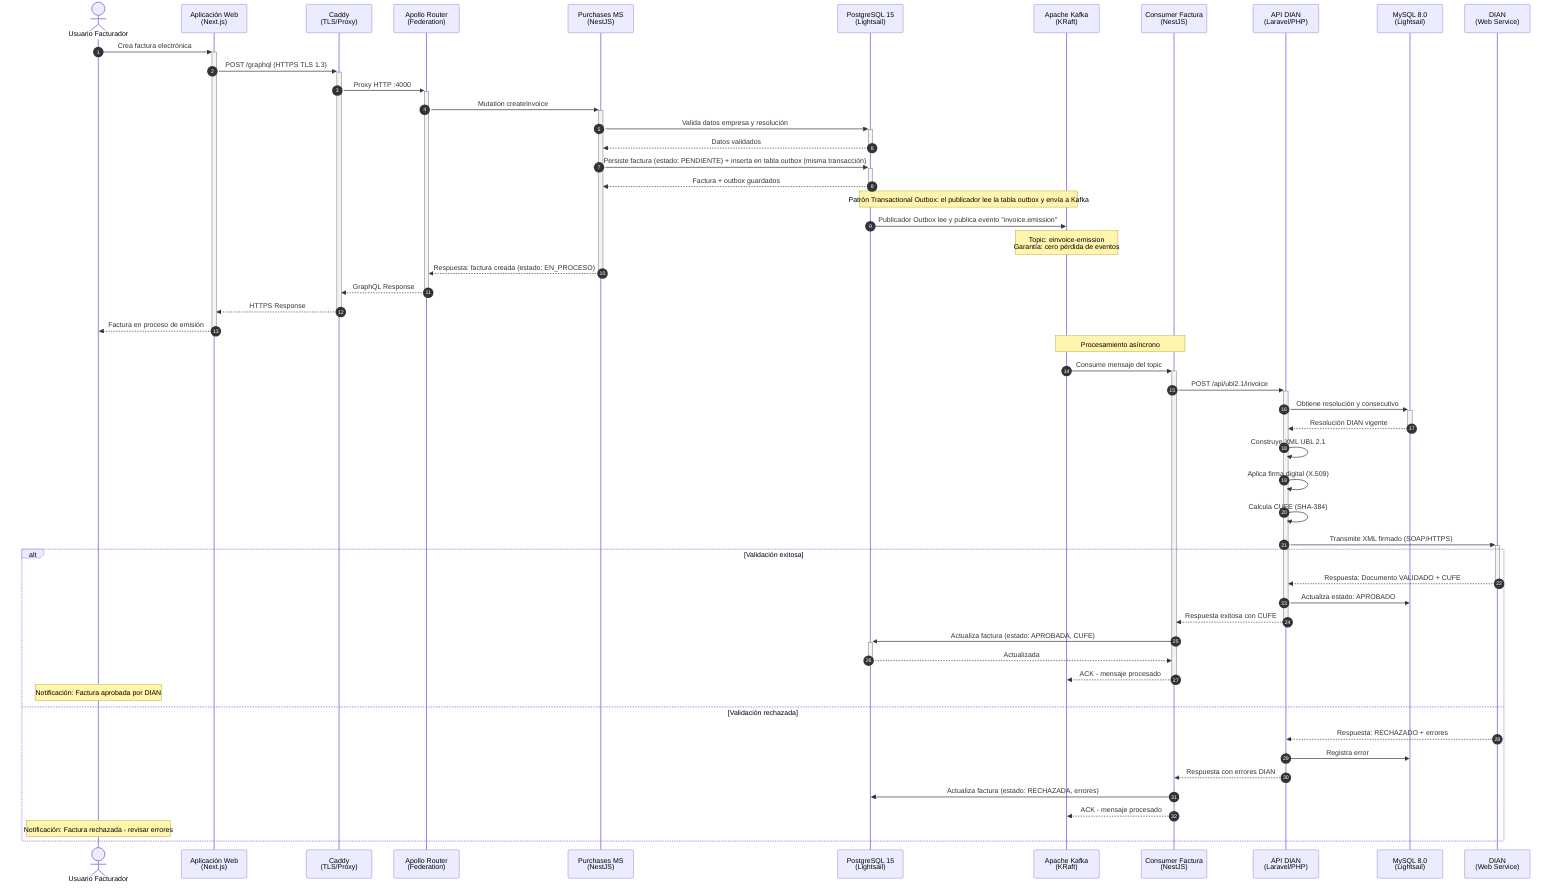
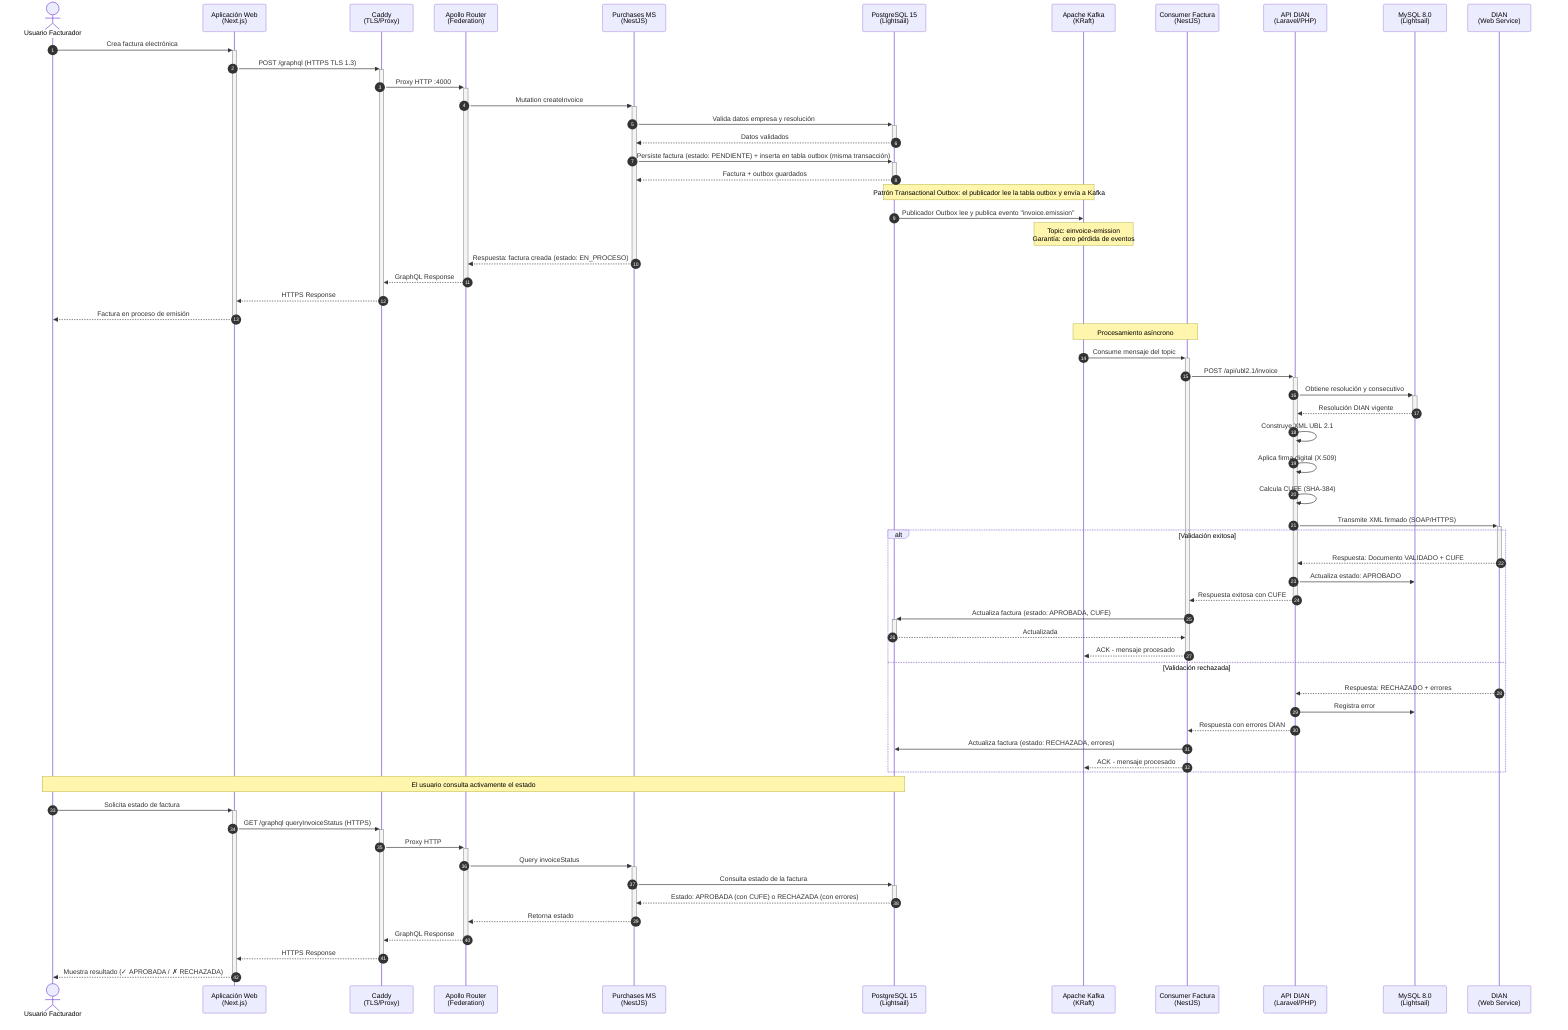
%% Flujo de Emisión de Factura Electrónica
sequenceDiagram
    autonumber
    actor Usuario as Usuario Facturador
    participant App as Aplicación Web<br/>(Next.js)
    participant Caddy as Caddy<br/>(TLS/Proxy)
    participant Router as Apollo Router<br/>(Federation)
    participant Purchases as Purchases MS<br/>(NestJS)
    participant DB as PostgreSQL 15<br/>(Lightsail)
    participant Kafka as Apache Kafka<br/>(KRaft)
    participant Consumer as Consumer Factura<br/>(NestJS)
    participant DIAN_API as API DIAN<br/>(Laravel/PHP)
    participant MySQL as MySQL 8.0<br/>(Lightsail)
    participant DIAN as DIAN<br/>(Web Service)

    Usuario->>+App: Crea factura electrónica
    App->>+Caddy: POST /graphql (HTTPS TLS 1.3)
    Caddy->>+Router: Proxy HTTP :4000
    Router->>+Purchases: Mutation createInvoice

    Purchases->>+DB: Valida datos empresa y resolución
    DB-->>-Purchases: Datos validados

    Purchases->>+DB: Persiste factura (estado: PENDIENTE) + inserta en tabla outbox (misma transacción)
    DB-->>-Purchases: Factura + outbox guardados

    Note over DB,Kafka: Patrón Transactional Outbox: el publicador lee la tabla outbox y envía a Kafka

    DB->>Kafka: Publicador Outbox lee y publica evento "invoice.emission"
    Note over Kafka: Topic: einvoice-emission<br/>Garantía: cero pérdida de eventos

    Purchases-->>-Router: Respuesta: factura creada (estado: EN_PROCESO)
    Router-->>-Caddy: GraphQL Response
    Caddy-->>-App: HTTPS Response
    App-->>-Usuario: Factura en proceso de emisión

    Note over Kafka,Consumer: Procesamiento asíncrono

    Kafka->>+Consumer: Consume mensaje del topic
    Consumer->>+DIAN_API: POST /api/ubl2.1/invoice

    DIAN_API->>+MySQL: Obtiene resolución y consecutivo
    MySQL-->>-DIAN_API: Resolución DIAN vigente

    DIAN_API->>DIAN_API: Construye XML UBL 2.1
    DIAN_API->>DIAN_API: Aplica firma digital (X.509)
    DIAN_API->>DIAN_API: Calcula CUFE (SHA-384)

    DIAN_API->>+DIAN: Transmite XML firmado (SOAP/HTTPS)

    alt Validación exitosa
        DIAN-->>-DIAN_API: Respuesta: Documento VALIDADO + CUFE
        DIAN_API->>MySQL: Actualiza estado: APROBADO
        DIAN_API-->>-Consumer: Respuesta exitosa con CUFE

        Consumer->>+DB: Actualiza factura (estado: APROBADA, CUFE)
        DB-->>-Consumer: Actualizada

        Consumer-->>-Kafka: ACK - mensaje procesado
- 
-         Note over Usuario: Notificación: Factura aprobada por DIAN
    else Validación rechazada
        DIAN-->>DIAN_API: Respuesta: RECHAZADO + errores
        DIAN_API->>MySQL: Registra error
        DIAN_API-->>Consumer: Respuesta con errores DIAN

        Consumer->>DB: Actualiza factura (estado: RECHAZADA, errores)
        Consumer-->>Kafka: ACK - mensaje procesado
+     end

-         Note over Usuario: Notificación: Factura rechazada - revisar errores
-     end
+     Note over Usuario,DB: El usuario consulta activamente el estado
+ 
+     Usuario->>+App: Solicita estado de factura
+     App->>+Caddy: GET /graphql queryInvoiceStatus (HTTPS)
+     Caddy->>+Router: Proxy HTTP
+     Router->>+Purchases: Query invoiceStatus
+     Purchases->>+DB: Consulta estado de la factura
+     DB-->>-Purchases: Estado: APROBADA (con CUFE) o RECHAZADA (con errores)
+     Purchases-->>-Router: Retorna estado
+     Router-->>-Caddy: GraphQL Response
+     Caddy-->>-App: HTTPS Response
+     App-->>-Usuario: Muestra resultado (✓ APROBADA / ✗ RECHAZADA)
